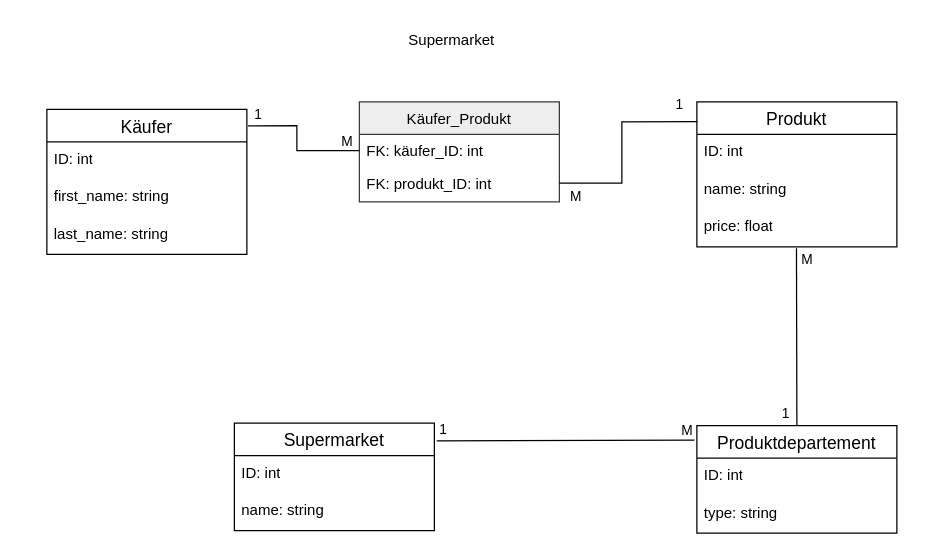
nikhilango/M164 keeps this draw.io diagram as KN02/KN02A.drawio. Above is the earlier version. Source tidied: cells renumbered, new cells numbered last; positions are measured from the earlier drawing's top-left corner, leaving out a move shared by most shapes. Both pictures are drawn from the tidied source at 125%, with x=0, y=0 at pixel (46, 21).
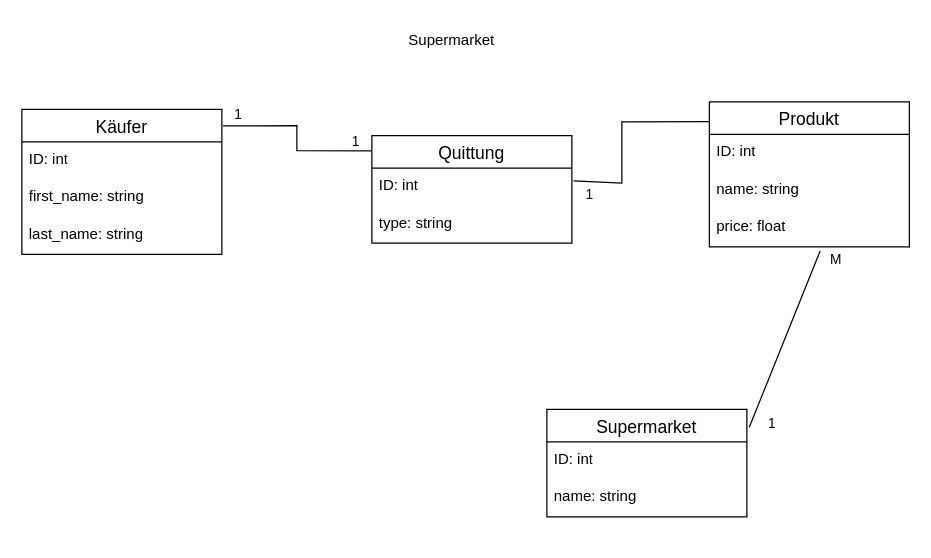
The same diagram, later.

Unchanged cells that the change refers to:
```xml
<mxCell id="10" value="price: float" style="text;strokeColor=none;fillColor=none;spacingLeft=4;spacingRight=4;overflow=hidden;points=[[0,0.5],[1,0.5]];portConstraint=eastwest;fontSize=12;whiteSpace=wrap;html=1;" parent="7" vertex="1">
  <mxGeometry y="86" width="160" height="30" as="geometry" />
</mxCell>
<mxCell id="12" value="ID: int" style="text;strokeColor=none;fillColor=none;spacingLeft=4;spacingRight=4;overflow=hidden;points=[[0,0.5],[1,0.5]];portConstraint=eastwest;fontSize=12;whiteSpace=wrap;html=1;" parent="11" vertex="1">
  <mxGeometry y="26" width="160" height="30" as="geometry" />
</mxCell>
```

Change to the diagram source:
```diff
@@
     <mxCell id="3" value="Käufer" style="swimlane;fontStyle=0;horizontal=1;startSize=26;align=center;fontSize=14;" parent="1" vertex="1">
-      <mxGeometry y="70" width="160" height="116" as="geometry" />
+      <mxGeometry x="-20" y="70" width="160" height="116" as="geometry" />
     </mxCell>
@@
     <mxCell id="7" value="Produkt" style="swimlane;fontStyle=0;horizontal=1;startSize=26;align=center;fontSize=14;" parent="1" vertex="1">
-      <mxGeometry x="520" y="64" width="160" height="116" as="geometry" />
+      <mxGeometry x="530" y="64" width="160" height="116" as="geometry" />
     </mxCell>
@@
-    <mxCell id="11" value="Produktdepartement" style="swimlane;fontStyle=0;horizontal=1;startSize=26;align=center;fontSize=14;" parent="1" vertex="1">
-      <mxGeometry x="520" y="323" width="160" height="86" as="geometry" />
+    <mxCell id="11" value="Quittung" style="swimlane;fontStyle=0;horizontal=1;startSize=26;align=center;fontSize=14;" parent="1" vertex="1">
+      <mxGeometry x="260" y="91" width="160" height="86" as="geometry" />
     </mxCell>
@@
     <mxCell id="14" value="Supermarket" style="swimlane;fontStyle=0;horizontal=1;startSize=26;align=center;fontSize=14;" parent="1" vertex="1">
-      <mxGeometry x="150" y="321" width="160" height="86" as="geometry" />
+      <mxGeometry x="400" y="310" width="160" height="86" as="geometry" />
     </mxCell>
@@
-    <mxCell id="17" value="Käufer_Produkt" style="swimlane;fontStyle=0;align=center;verticalAlign=top;horizontal=1;startSize=26;rounded=0;shadow=0;strokeWidth=1;fillColor=#eeeeee;strokeColor=#36393d;" parent="1" vertex="1">
-      <mxGeometry x="250" y="64" width="160" height="80" as="geometry" />
-    </mxCell>
-    <mxCell id="18" value="FK: käufer_ID: int" style="text;align=left;verticalAlign=top;spacingLeft=4;spacingRight=4;overflow=hidden;points=[[0,0.5],[1,0.5]];portConstraint=eastwest;" parent="17" vertex="1">
-      <mxGeometry y="26" width="160" height="26" as="geometry" />
-    </mxCell>
-    <mxCell id="19" value="FK: produkt_ID: int" style="text;align=left;verticalAlign=top;spacingLeft=4;spacingRight=4;overflow=hidden;points=[[0,0.5],[1,0.5]];portConstraint=eastwest;rounded=0;shadow=0;html=0;" parent="17" vertex="1">
-      <mxGeometry y="52" width="160" height="26" as="geometry" />
-    </mxCell>
-    <mxCell id="20" style="endArrow=none;html=1;rounded=0;exitX=1.006;exitY=0.114;exitDx=0;exitDy=0;entryX=0;entryY=0.5;entryDx=0;entryDy=0;exitPerimeter=0;" parent="1" edge="1" source="3" target="18">
+    <mxCell id="20" style="endArrow=none;html=1;rounded=0;exitX=1.006;exitY=0.114;exitDx=0;exitDy=0;entryX=-0.003;entryY=0.141;entryDx=0;entryDy=0;exitPerimeter=0;entryPerimeter=0;" parent="1" edge="1" source="3" target="11">
       <mxGeometry relative="1" as="geometry">
         <Array as="points">
           <mxPoint x="200" y="83" />
           <mxPoint x="200" y="103" />
         </Array>
       </mxGeometry>
     </mxCell>
-    <mxCell id="21" value="M" style="edgeLabel;html=1;align=center;verticalAlign=middle;" parent="20" vertex="1">
+    <mxCell id="21" value="1" style="edgeLabel;html=1;align=center;verticalAlign=middle;" parent="20" vertex="1">
       <mxGeometry x="0.82" y="2" relative="1" as="geometry">
         <mxPoint y="-6" as="offset" />
       </mxGeometry>
     </mxCell>
@@
-    <mxCell id="23" style="endArrow=none;html=1;rounded=0;exitX=0.002;exitY=0.136;exitDx=0;exitDy=0;entryX=1;entryY=0.5;entryDx=0;entryDy=0;exitPerimeter=0;" parent="1" edge="1" source="7" target="19">
+    <mxCell id="23" style="endArrow=none;html=1;rounded=0;exitX=0.002;exitY=0.136;exitDx=0;exitDy=0;entryX=1.008;entryY=0.341;entryDx=0;entryDy=0;exitPerimeter=0;entryPerimeter=0;" parent="1" edge="1" source="7" target="12">
       <mxGeometry relative="1" as="geometry">
         <Array as="points">
           <mxPoint x="460" y="80" />
           <mxPoint x="460" y="129" />
         </Array>
       </mxGeometry>
     </mxCell>
-    <mxCell id="24" value="M" style="edgeLabel;html=1;align=center;verticalAlign=middle;" parent="23" vertex="1">
+    <mxCell id="24" value="1" style="edgeLabel;html=1;align=center;verticalAlign=middle;" parent="23" vertex="1">
       <mxGeometry x="0.82" y="2" relative="1" as="geometry">
         <mxPoint x="-2" y="8" as="offset" />
       </mxGeometry>
     </mxCell>
-    <mxCell id="25" value="1" style="edgeLabel;html=1;align=center;verticalAlign=middle;" parent="23" vertex="1">
-      <mxGeometry x="-0.73" relative="1" as="geometry">
-        <mxPoint x="7" y="-14" as="offset" />
-      </mxGeometry>
-    </mxCell>
-    <mxCell id="26" style="endArrow=none;html=1;rounded=0;exitX=0.498;exitY=1.037;exitDx=0;exitDy=0;entryX=0.5;entryY=0;entryDx=0;entryDy=0;exitPerimeter=0;" parent="1" edge="1" source="10" target="11">
-      <mxGeometry relative="1" as="geometry" />
-    </mxCell>
-    <mxCell id="27" value="M" style="edgeLabel;html=1;align=center;verticalAlign=middle;" parent="26" vertex="1">
-      <mxGeometry x="0.82" y="2" relative="1" as="geometry">
-        <mxPoint x="6" y="-121" as="offset" />
-      </mxGeometry>
-    </mxCell>
-    <mxCell id="28" value="1" style="edgeLabel;html=1;align=center;verticalAlign=middle;" parent="26" vertex="1">
-      <mxGeometry x="-0.73" relative="1" as="geometry">
-        <mxPoint x="-9" y="112" as="offset" />
-      </mxGeometry>
-    </mxCell>
-    <mxCell id="29" style="endArrow=none;html=1;rounded=0;exitX=-0.012;exitY=0.134;exitDx=0;exitDy=0;entryX=1.012;entryY=0.166;entryDx=0;entryDy=0;exitPerimeter=0;entryPerimeter=0;" parent="1" edge="1" source="11" target="14">
+    <mxCell id="29" style="endArrow=none;html=1;rounded=0;entryX=1.012;entryY=0.166;entryDx=0;entryDy=0;entryPerimeter=0;exitX=0.554;exitY=1.107;exitDx=0;exitDy=0;exitPerimeter=0;" parent="1" edge="1" source="10" target="14">
       <mxGeometry relative="1" as="geometry" />
     </mxCell>
     <mxCell id="30" value="M" style="edgeLabel;html=1;align=center;verticalAlign=middle;" parent="29" vertex="1">
       <mxGeometry x="0.82" y="2" relative="1" as="geometry">
-        <mxPoint x="181" y="-11" as="offset" />
+        <mxPoint x="61" y="-122" as="offset" />
       </mxGeometry>
     </mxCell>
     <mxCell id="31" value="1" style="edgeLabel;html=1;align=center;verticalAlign=middle;" parent="29" vertex="1">
       <mxGeometry x="-0.73" relative="1" as="geometry">
-        <mxPoint x="-174" y="-9" as="offset" />
+        <mxPoint x="-31" y="118" as="offset" />
       </mxGeometry>
     </mxCell>
```
